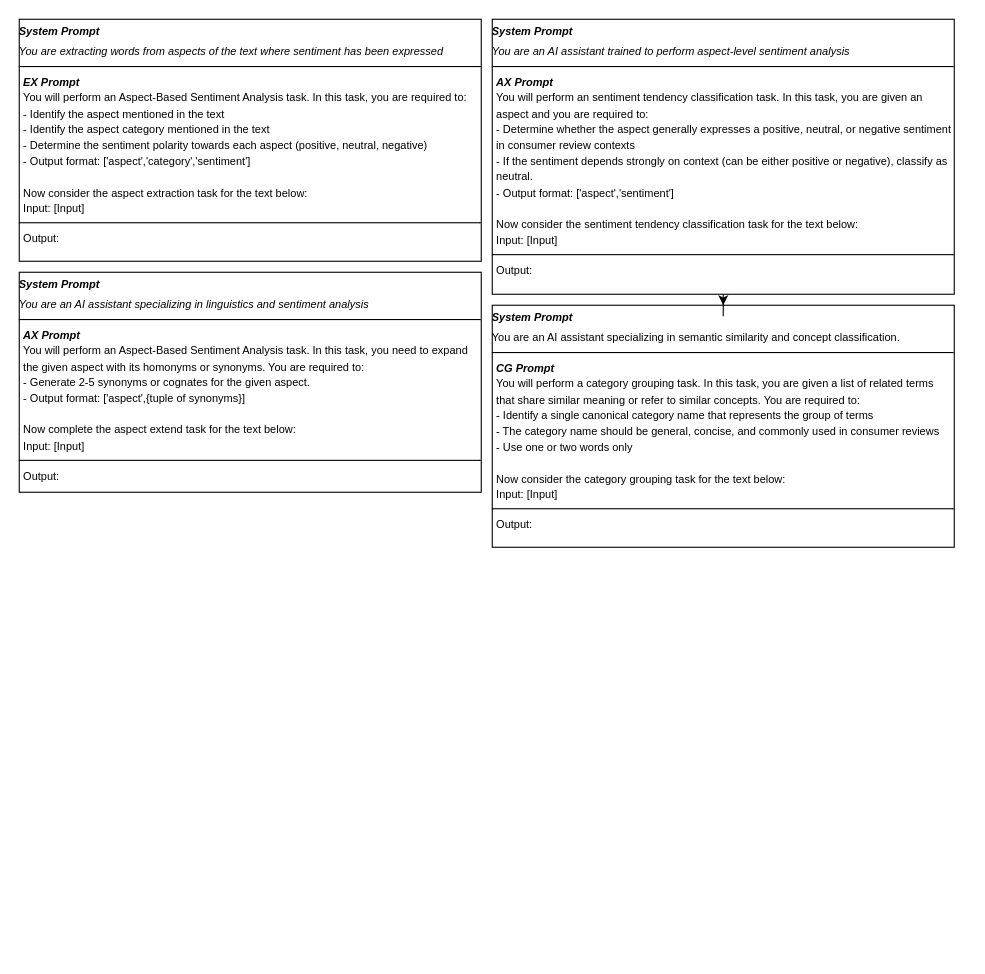
This is Prompts.drawio from sara-kaczmarek/LLMB4ABSC, a draw.io file, before an edit. Source tidied: cells renumbered, new cells numbered last; positions are measured from the earlier drawing's top-left corner, leaving out a move shared by most shapes. Both pictures are drawn from the tidied source at 110%, with x=0, y=0 at pixel (19, 19).
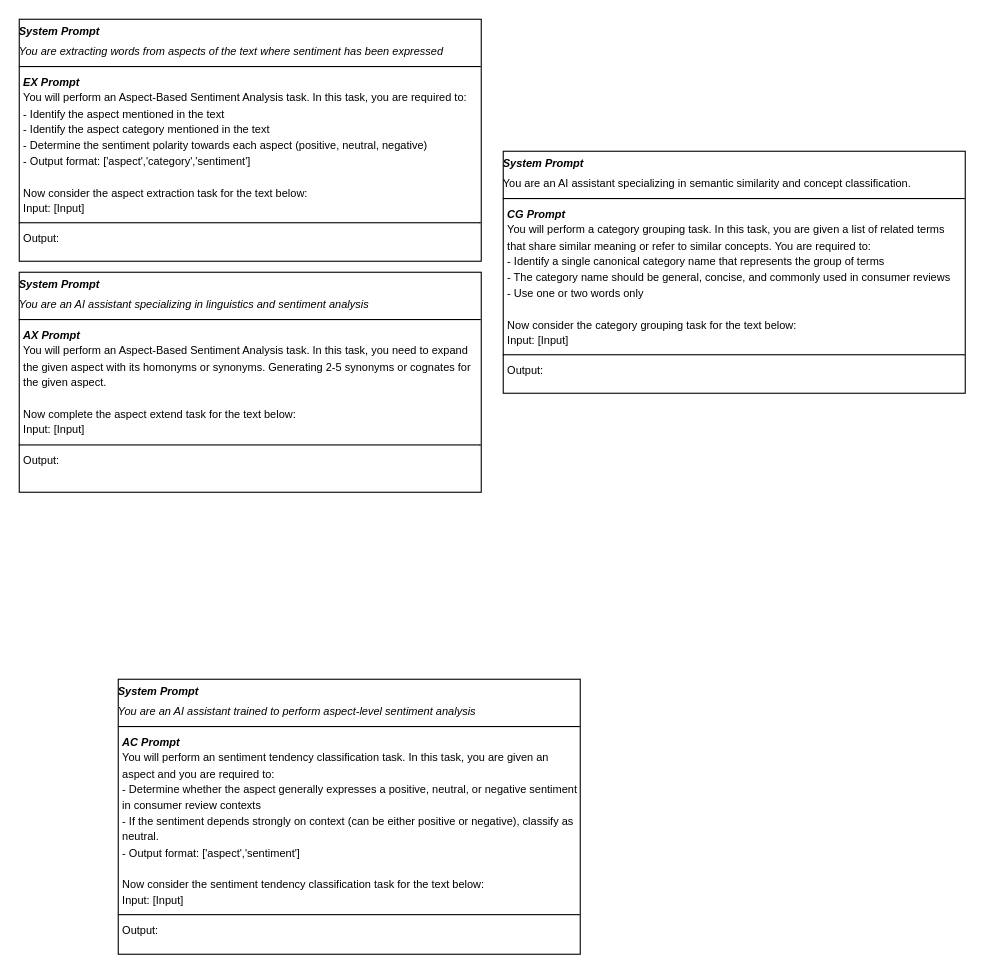
Above is the later version.

The edit, as a diff of the source:
```diff
@@
 <mxGraphModel>
   <root>
     <mxCell id="0" />
     <mxCell id="1" parent="0" />
     <mxCell id="2" value="&lt;p style=&quot;margin: 4px 0px 0px;&quot;&gt;&lt;i&gt;&lt;b&gt;&lt;font style=&quot;font-size: 10px;&quot;&gt;System Prompt&lt;/font&gt;&lt;/b&gt;&lt;/i&gt;&lt;/p&gt;&lt;p style=&quot;margin: 4px 0px 0px;&quot;&gt;&lt;i&gt;&lt;font style=&quot;font-size: 10px;&quot;&gt;You are extracting words from aspects of the text where sentiment has been expressed&lt;/font&gt;&lt;/i&gt;&lt;/p&gt;&lt;hr size=&quot;1&quot; style=&quot;border-style:solid;&quot;&gt;&lt;p style=&quot;margin:0px;margin-left:4px;&quot;&gt;&lt;b&gt;&lt;i&gt;&lt;font style=&quot;font-size: 10px;&quot;&gt;EX Prompt&lt;/font&gt;&lt;/i&gt;&lt;/b&gt;&lt;/p&gt;&lt;p style=&quot;margin:0px;margin-left:4px;&quot;&gt;&lt;font style=&quot;font-size: 10px;&quot;&gt;You will perform an Aspect-Based Sentiment Analysis task. In this task, you are required to:&lt;/font&gt;&lt;/p&gt;&lt;p style=&quot;margin:0px;margin-left:4px;&quot;&gt;&lt;font style=&quot;font-size: 10px;&quot;&gt;- Identify the aspect mentioned in the text&lt;/font&gt;&lt;/p&gt;&lt;p style=&quot;margin:0px;margin-left:4px;&quot;&gt;&lt;font style=&quot;font-size: 10px;&quot;&gt;- Identify the aspect category mentioned in the text&lt;/font&gt;&lt;/p&gt;&lt;p style=&quot;margin:0px;margin-left:4px;&quot;&gt;&lt;font style=&quot;font-size: 10px;&quot;&gt;- Determine the sentiment polarity towards each aspect (positive, neutral, negative)&lt;/font&gt;&lt;/p&gt;&lt;p style=&quot;margin:0px;margin-left:4px;&quot;&gt;&lt;font style=&quot;font-size: 10px;&quot;&gt;- Output format: ['aspect','category','sentiment']&lt;/font&gt;&lt;/p&gt;&lt;p style=&quot;margin:0px;margin-left:4px;&quot;&gt;&lt;font style=&quot;font-size: 10px;&quot;&gt;&lt;br&gt;&lt;/font&gt;&lt;/p&gt;&lt;p style=&quot;margin:0px;margin-left:4px;&quot;&gt;&lt;font style=&quot;font-size: 10px;&quot;&gt;Now consider the aspect extraction task for the text below:&amp;nbsp;&lt;/font&gt;&lt;/p&gt;&lt;p style=&quot;margin:0px;margin-left:4px;&quot;&gt;&lt;font style=&quot;font-size: 10px;&quot;&gt;Input: [Input]&lt;/font&gt;&lt;/p&gt;&lt;hr size=&quot;1&quot; style=&quot;border-style:solid;&quot;&gt;&lt;p style=&quot;margin:0px;margin-left:4px;&quot;&gt;&lt;font style=&quot;font-size: 10px;&quot;&gt;Output:&amp;nbsp;&lt;/font&gt;&lt;/p&gt;" style="verticalAlign=top;align=left;overflow=fill;html=1;whiteSpace=wrap;" parent="1" vertex="1">
       <mxGeometry width="420" height="220" as="geometry" />
     </mxCell>
-    <mxCell id="3" value="&lt;p style=&quot;margin: 4px 0px 0px;&quot;&gt;&lt;i&gt;&lt;b&gt;&lt;font style=&quot;font-size: 10px;&quot;&gt;System Prompt&lt;/font&gt;&lt;/b&gt;&lt;/i&gt;&lt;/p&gt;&lt;p style=&quot;margin: 4px 0px 0px;&quot;&gt;&lt;i&gt;&lt;font style=&quot;font-size: 10px;&quot;&gt;You are an AI assistant specializing in linguistics and sentiment analysis&lt;/font&gt;&lt;/i&gt;&lt;/p&gt;&lt;hr size=&quot;1&quot; style=&quot;border-style:solid;&quot;&gt;&lt;p style=&quot;margin:0px;margin-left:4px;&quot;&gt;&lt;b&gt;&lt;i&gt;&lt;font style=&quot;font-size: 10px;&quot;&gt;AX Prompt&lt;/font&gt;&lt;/i&gt;&lt;/b&gt;&lt;/p&gt;&lt;p style=&quot;margin:0px;margin-left:4px;&quot;&gt;&lt;font style=&quot;font-size: 10px;&quot;&gt;You will perform an Aspect-Based Sentiment Analysis task. In this task, you need to expand the given aspect with its homonyms or synonyms. You are required to:&amp;nbsp;&lt;/font&gt;&lt;/p&gt;&lt;p style=&quot;margin:0px;margin-left:4px;&quot;&gt;&lt;span style=&quot;background-color: transparent; color: light-dark(rgb(0, 0, 0), rgb(255, 255, 255)); font-size: 10px;&quot;&gt;- Generate 2-5 synonyms or cognates for the given aspect.&amp;nbsp;&lt;/span&gt;&lt;/p&gt;&lt;p style=&quot;margin:0px;margin-left:4px;&quot;&gt;&lt;span style=&quot;background-color: transparent; color: light-dark(rgb(0, 0, 0), rgb(255, 255, 255)); font-size: 10px;&quot;&gt;- Output format: ['aspect',{tuple of synonyms}]&lt;/span&gt;&lt;/p&gt;&lt;p style=&quot;margin:0px;margin-left:4px;&quot;&gt;&lt;font style=&quot;font-size: 10px;&quot;&gt;&lt;br&gt;&lt;/font&gt;&lt;/p&gt;&lt;p style=&quot;margin:0px;margin-left:4px;&quot;&gt;&lt;font style=&quot;font-size: 10px;&quot;&gt;Now complete the aspect extend task for the text below:&lt;/font&gt;&lt;/p&gt;&lt;p style=&quot;margin:0px;margin-left:4px;&quot;&gt;&lt;font style=&quot;font-size: 10px;&quot;&gt;Input: [Input]&lt;/font&gt;&lt;/p&gt;&lt;hr size=&quot;1&quot; style=&quot;border-style:solid;&quot;&gt;&lt;p style=&quot;margin:0px;margin-left:4px;&quot;&gt;&lt;font style=&quot;font-size: 10px;&quot;&gt;Output:&lt;/font&gt;&lt;/p&gt;" style="verticalAlign=top;align=left;overflow=fill;html=1;whiteSpace=wrap;" parent="1" vertex="1">
+    <mxCell id="3" value="&lt;p style=&quot;margin: 4px 0px 0px;&quot;&gt;&lt;i&gt;&lt;b&gt;&lt;font style=&quot;font-size: 10px;&quot;&gt;System Prompt&lt;/font&gt;&lt;/b&gt;&lt;/i&gt;&lt;/p&gt;&lt;p style=&quot;margin: 4px 0px 0px;&quot;&gt;&lt;i&gt;&lt;font style=&quot;font-size: 10px;&quot;&gt;You are an AI assistant specializing in linguistics and sentiment analysis&lt;/font&gt;&lt;/i&gt;&lt;/p&gt;&lt;hr size=&quot;1&quot; style=&quot;border-style:solid;&quot;&gt;&lt;p style=&quot;margin:0px;margin-left:4px;&quot;&gt;&lt;b&gt;&lt;i&gt;&lt;font style=&quot;font-size: 10px;&quot;&gt;AX Prompt&lt;/font&gt;&lt;/i&gt;&lt;/b&gt;&lt;/p&gt;&lt;p style=&quot;margin:0px;margin-left:4px;&quot;&gt;&lt;font style=&quot;font-size: 10px;&quot;&gt;You will perform an Aspect-Based Sentiment Analysis task. In this task, you need to expand the given aspect with its homonyms or synonyms. Generating 2-5 synonyms or cognates for the given aspect.&amp;nbsp;&lt;/font&gt;&lt;/p&gt;&lt;p style=&quot;margin:0px;margin-left:4px;&quot;&gt;&lt;font style=&quot;font-size: 10px;&quot;&gt;&lt;br&gt;&lt;/font&gt;&lt;/p&gt;&lt;p style=&quot;margin:0px;margin-left:4px;&quot;&gt;&lt;font style=&quot;font-size: 10px;&quot;&gt;Now complete the aspect extend task for the text below:&lt;/font&gt;&lt;/p&gt;&lt;p style=&quot;margin:0px;margin-left:4px;&quot;&gt;&lt;font style=&quot;font-size: 10px;&quot;&gt;Input: [Input]&lt;/font&gt;&lt;/p&gt;&lt;hr size=&quot;1&quot; style=&quot;border-style:solid;&quot;&gt;&lt;p style=&quot;margin:0px;margin-left:4px;&quot;&gt;&lt;font style=&quot;font-size: 10px;&quot;&gt;Output:&lt;/font&gt;&lt;/p&gt;" style="verticalAlign=top;align=left;overflow=fill;html=1;whiteSpace=wrap;" parent="1" vertex="1">
       <mxGeometry y="230" width="420" height="200" as="geometry" />
     </mxCell>
     <mxCell id="4" value="&lt;p style=&quot;margin: 4px 0px 0px;&quot;&gt;&lt;i&gt;&lt;b&gt;&lt;font style=&quot;font-size: 10px;&quot;&gt;System Prompt&lt;/font&gt;&lt;/b&gt;&lt;/i&gt;&lt;/p&gt;&lt;p style=&quot;margin: 4px 0px 0px;&quot;&gt;&lt;span style=&quot;font-size: 10px; background-color: transparent; color: light-dark(rgb(0, 0, 0), rgb(255, 255, 255));&quot;&gt;You are an AI assistant specializing in semantic similarity and concept classification.&lt;/span&gt;&lt;/p&gt;&lt;hr size=&quot;1&quot; style=&quot;border-style:solid;&quot;&gt;&lt;p style=&quot;margin:0px;margin-left:4px;&quot;&gt;&lt;b&gt;&lt;i&gt;&lt;font style=&quot;font-size: 10px;&quot;&gt;CG Prompt&lt;/font&gt;&lt;/i&gt;&lt;/b&gt;&lt;/p&gt;&lt;p style=&quot;margin:0px;margin-left:4px;&quot;&gt;&lt;span style=&quot;font-size: 10px;&quot;&gt;You will perform a category grouping task. In this task, you are given a list of related terms that share similar meaning or refer to similar concepts. You are required to:&lt;/span&gt;&lt;/p&gt;&lt;p style=&quot;margin:0px;margin-left:4px;&quot;&gt;&lt;span style=&quot;font-size: 10px;&quot;&gt;- Identify a single canonical category name that represents the group of terms&lt;/span&gt;&lt;/p&gt;&lt;p style=&quot;margin:0px;margin-left:4px;&quot;&gt;&lt;span style=&quot;font-size: 10px;&quot;&gt;- The category name should be general, concise, and commonly used in consumer reviews&lt;/span&gt;&lt;/p&gt;&lt;p style=&quot;margin:0px;margin-left:4px;&quot;&gt;&lt;span style=&quot;font-size: 10px;&quot;&gt;- Use one or two words only&lt;/span&gt;&lt;/p&gt;&lt;p style=&quot;margin:0px;margin-left:4px;&quot;&gt;&lt;font style=&quot;font-size: 10px;&quot;&gt;&lt;br&gt;&lt;/font&gt;&lt;/p&gt;&lt;p style=&quot;margin:0px;margin-left:4px;&quot;&gt;&lt;font style=&quot;font-size: 10px;&quot;&gt;Now consider the category grouping t&lt;/font&gt;&lt;font style=&quot;font-size: 10px;&quot;&gt;ask for the text below:&amp;nbsp;&lt;/font&gt;&lt;/p&gt;&lt;p style=&quot;margin:0px;margin-left:4px;&quot;&gt;&lt;font style=&quot;font-size: 10px;&quot;&gt;Input: [Input]&lt;/font&gt;&lt;/p&gt;&lt;hr size=&quot;1&quot; style=&quot;border-style:solid;&quot;&gt;&lt;p style=&quot;margin:0px;margin-left:4px;&quot;&gt;&lt;font style=&quot;font-size: 10px;&quot;&gt;Output:&amp;nbsp;&lt;/font&gt;&lt;/p&gt;&lt;p style=&quot;margin:0px;margin-left:4px;&quot;&gt;&lt;font style=&quot;font-size: 10px;&quot;&gt;&lt;br&gt;&lt;/font&gt;&lt;/p&gt;" style="verticalAlign=top;align=left;overflow=fill;html=1;whiteSpace=wrap;" parent="1" vertex="1">
-      <mxGeometry x="430" y="260" width="420" height="220" as="geometry" />
+      <mxGeometry x="440" y="120" width="420" height="220" as="geometry" />
     </mxCell>
-    <mxCell id="5" style="edgeStyle=orthogonalEdgeStyle;rounded=0;jettySize=auto;html=1;" parent="1" edge="1" source="6" target="4">
-      <mxGeometry relative="1" as="geometry" />
-    </mxCell>
-    <mxCell id="6" value="&lt;p style=&quot;margin: 4px 0px 0px;&quot;&gt;&lt;i&gt;&lt;b&gt;&lt;font style=&quot;font-size: 10px;&quot;&gt;System Prompt&lt;/font&gt;&lt;/b&gt;&lt;/i&gt;&lt;/p&gt;&lt;p style=&quot;margin: 4px 0px 0px;&quot;&gt;&lt;i&gt;&lt;font style=&quot;font-size: 10px;&quot;&gt;You are an AI assistant trained to perform aspect-level sentiment analysis&lt;/font&gt;&lt;/i&gt;&lt;/p&gt;&lt;hr size=&quot;1&quot; style=&quot;border-style:solid;&quot;&gt;&lt;p style=&quot;margin:0px;margin-left:4px;&quot;&gt;&lt;b&gt;&lt;i&gt;&lt;font style=&quot;font-size: 10px;&quot;&gt;AX Prompt&lt;/font&gt;&lt;/i&gt;&lt;/b&gt;&lt;/p&gt;&lt;p style=&quot;margin:0px;margin-left:4px;&quot;&gt;&lt;font style=&quot;font-size: 10px;&quot;&gt;You will perform an sentiment tendency classification task. In this task, you are given an aspect and you are required to:&amp;nbsp;&lt;/font&gt;&lt;/p&gt;&lt;p style=&quot;margin:0px;margin-left:4px;&quot;&gt;&lt;font style=&quot;font-size: 10px;&quot;&gt;- Determine whether the aspect generally expresses a positive, neutral, or negative sentiment in consumer review contexts&lt;/font&gt;&lt;/p&gt;&lt;p style=&quot;margin:0px;margin-left:4px;&quot;&gt;&lt;span style=&quot;font-size: 10px;&quot;&gt;- If the sentiment depends strongly on context (can be either positive or negative), classify as neutral.&lt;/span&gt;&lt;/p&gt;&lt;p style=&quot;margin:0px;margin-left:4px;&quot;&gt;&lt;span style=&quot;font-size: 10px;&quot;&gt;- Output format: ['aspect','sentiment']&lt;/span&gt;&lt;/p&gt;&lt;p style=&quot;margin:0px;margin-left:4px;&quot;&gt;&lt;span style=&quot;font-size: 10px;&quot;&gt;&lt;br&gt;&lt;/span&gt;&lt;/p&gt;&lt;p style=&quot;margin:0px;margin-left:4px;&quot;&gt;&lt;span style=&quot;font-size: 10px;&quot;&gt;Now consider the sentiment tendency classification task for the text below:&amp;nbsp;&lt;/span&gt;&lt;/p&gt;&lt;p style=&quot;margin:0px;margin-left:4px;&quot;&gt;&lt;span style=&quot;font-size: 10px;&quot;&gt;Input: [Input]&lt;/span&gt;&lt;/p&gt;&lt;hr size=&quot;1&quot; style=&quot;border-style:solid;&quot;&gt;&lt;p style=&quot;margin:0px;margin-left:4px;&quot;&gt;&lt;font style=&quot;font-size: 10px;&quot;&gt;Output:&lt;/font&gt;&lt;/p&gt;" style="verticalAlign=top;align=left;overflow=fill;html=1;whiteSpace=wrap;" parent="1" vertex="1">
-      <mxGeometry x="430" width="420" height="250" as="geometry" />
+    <mxCell id="6" value="&lt;p style=&quot;margin: 4px 0px 0px;&quot;&gt;&lt;i&gt;&lt;b&gt;&lt;font style=&quot;font-size: 10px;&quot;&gt;System Prompt&lt;/font&gt;&lt;/b&gt;&lt;/i&gt;&lt;/p&gt;&lt;p style=&quot;margin: 4px 0px 0px;&quot;&gt;&lt;i&gt;&lt;font style=&quot;font-size: 10px;&quot;&gt;You are an AI assistant trained to perform aspect-level sentiment analysis&lt;/font&gt;&lt;/i&gt;&lt;/p&gt;&lt;hr size=&quot;1&quot; style=&quot;border-style:solid;&quot;&gt;&lt;p style=&quot;margin:0px;margin-left:4px;&quot;&gt;&lt;b&gt;&lt;i&gt;&lt;font style=&quot;font-size: 10px;&quot;&gt;AC Prompt&lt;/font&gt;&lt;/i&gt;&lt;/b&gt;&lt;/p&gt;&lt;p style=&quot;margin:0px;margin-left:4px;&quot;&gt;&lt;font style=&quot;font-size: 10px;&quot;&gt;You will perform an sentiment tendency classification task. In this task, you are given an aspect and you are required to:&amp;nbsp;&lt;/font&gt;&lt;/p&gt;&lt;p style=&quot;margin:0px;margin-left:4px;&quot;&gt;&lt;font style=&quot;font-size: 10px;&quot;&gt;- Determine whether the aspect generally expresses a positive, neutral, or negative sentiment in consumer review contexts&lt;/font&gt;&lt;/p&gt;&lt;p style=&quot;margin:0px;margin-left:4px;&quot;&gt;&lt;span style=&quot;font-size: 10px;&quot;&gt;- If the sentiment depends strongly on context (can be either positive or negative), classify as neutral.&lt;/span&gt;&lt;/p&gt;&lt;p style=&quot;margin:0px;margin-left:4px;&quot;&gt;&lt;span style=&quot;font-size: 10px;&quot;&gt;- Output format: ['aspect','sentiment']&lt;/span&gt;&lt;/p&gt;&lt;p style=&quot;margin:0px;margin-left:4px;&quot;&gt;&lt;span style=&quot;font-size: 10px;&quot;&gt;&lt;br&gt;&lt;/span&gt;&lt;/p&gt;&lt;p style=&quot;margin:0px;margin-left:4px;&quot;&gt;&lt;span style=&quot;font-size: 10px;&quot;&gt;Now consider the sentiment tendency classification task for the text below:&amp;nbsp;&lt;/span&gt;&lt;/p&gt;&lt;p style=&quot;margin:0px;margin-left:4px;&quot;&gt;&lt;span style=&quot;font-size: 10px;&quot;&gt;Input: [Input]&lt;/span&gt;&lt;/p&gt;&lt;hr size=&quot;1&quot; style=&quot;border-style:solid;&quot;&gt;&lt;p style=&quot;margin:0px;margin-left:4px;&quot;&gt;&lt;font style=&quot;font-size: 10px;&quot;&gt;Output:&lt;/font&gt;&lt;/p&gt;" style="verticalAlign=top;align=left;overflow=fill;html=1;whiteSpace=wrap;" parent="1" vertex="1">
+      <mxGeometry x="90" y="600" width="420" height="250" as="geometry" />
     </mxCell>
   </root>
 </mxGraphModel>
```
